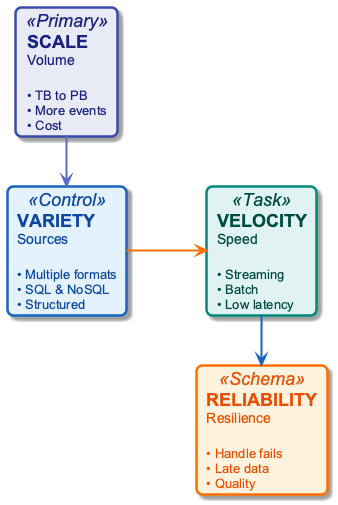
Before: diagrams/week01/week1_why_de_exists.png, a diagram exported from PlantUML (OrPerets/data-engineering-course).
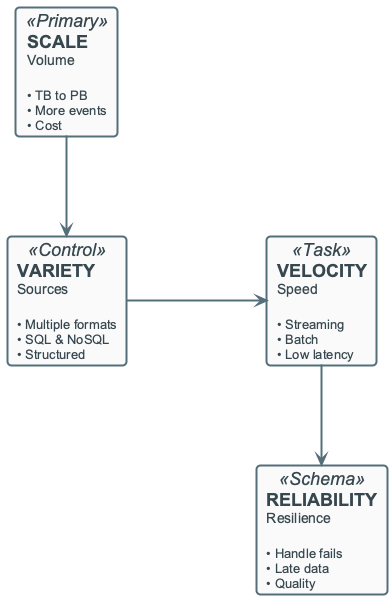
The same file after the commit.

Diff of the diagram source:
```diff
@@ -10,8 +10,8 @@
 
 card "**RELIABILITY**\n<size:14>Resilience</size>\n\n<size:13>• Handle fails</size>\n<size:13>• Late data</size>\n<size:13>• Quality</size>" as R <<Schema>>
 
-S -down[#5C6BC0,thickness=2]-> V
-V -right[#FF6F00,thickness=2]-> Ve
-Ve -down[#1565C0,thickness=2]-> R
+S -down-> V
+V -right-> Ve
+Ve -down-> R
 
 @enduml
```
